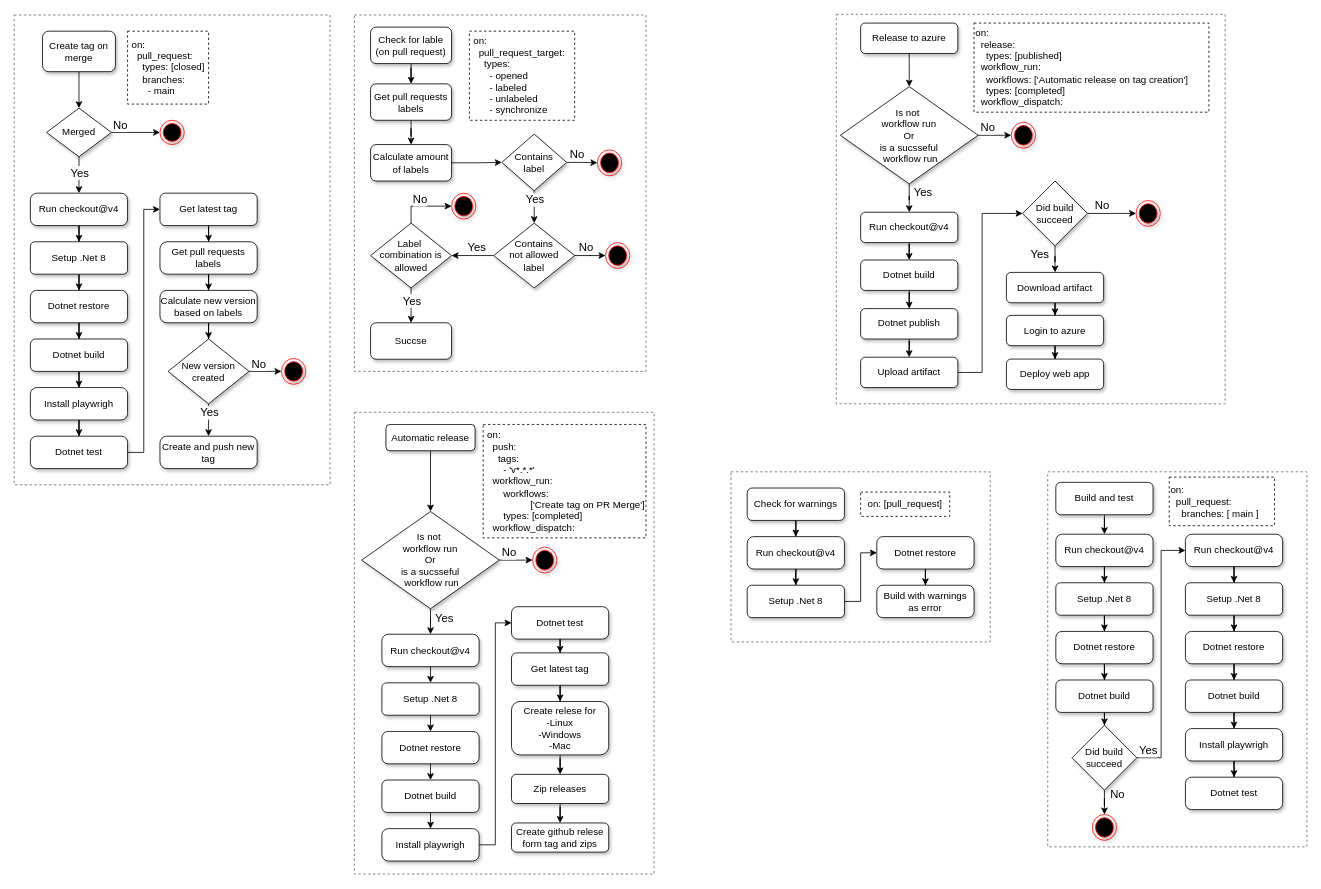
Before: docs/models/GithubWorkflows/Github workflows.drawio in ITU-BDSA2024-GROUP10/Chirp, a draw.io diagram. Source tidied: cells renumbered, new cells numbered last; positions are measured from the earlier drawing's top-left corner, leaving out a move shared by most shapes. Both pictures are drawn from the tidied source at 81%, with x=0, y=0 at pixel (14, 14).
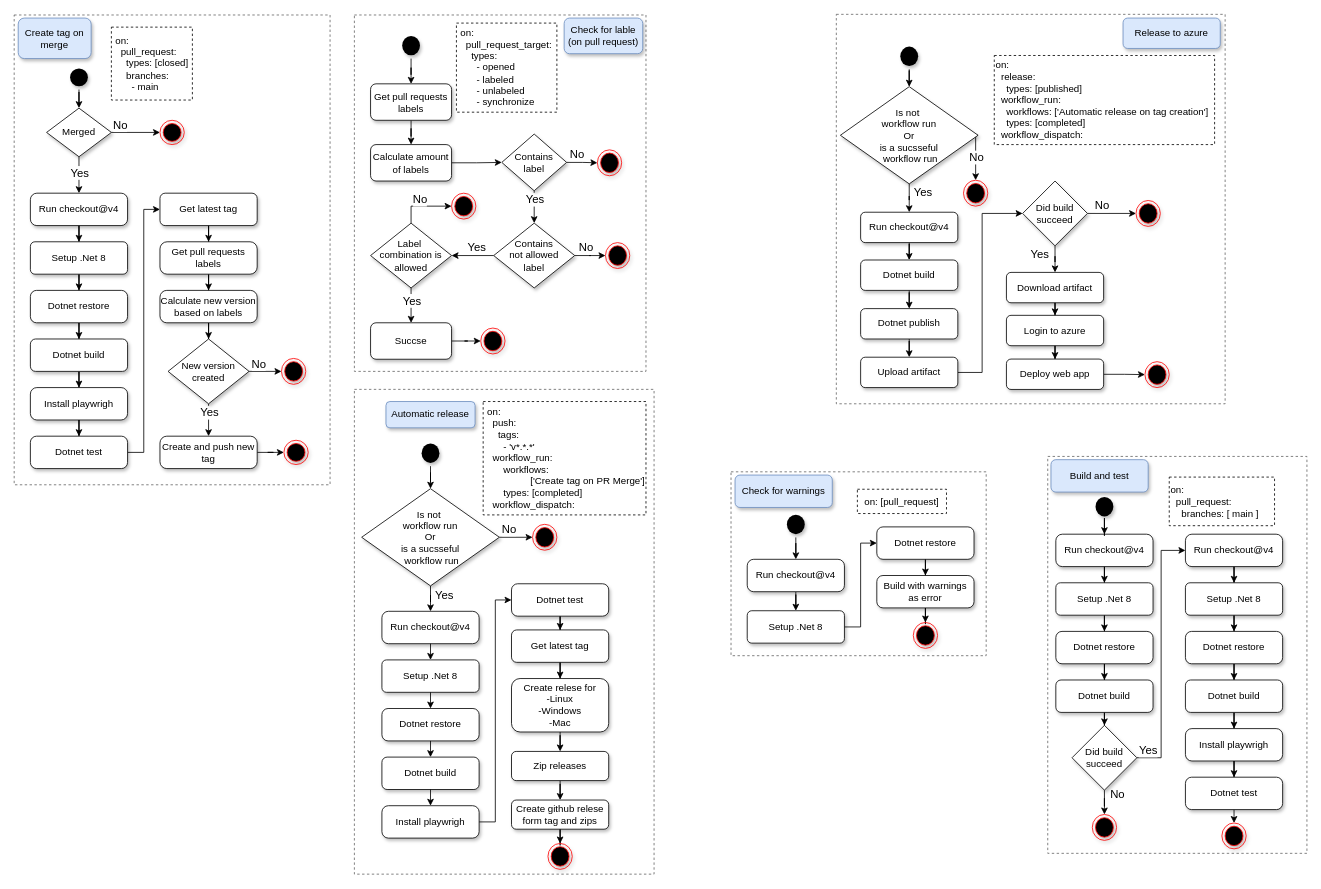
Above is the later version.

Commit message (it also covers changes not shown here):
Updated diagrams to have start and end states

The change refers to these unchanged cells:
```xml
<mxCell id="23" value="Merged" style="rhombus;whiteSpace=wrap;html=1;shadow=1;" parent="1" vertex="1">
  <mxGeometry x="40" y="116" width="80" height="60" as="geometry" />
</mxCell>
<mxCell id="50" value="Create and push new tag" style="rounded=1;whiteSpace=wrap;html=1;arcSize=21;glass=0;shadow=1;" parent="1" vertex="1">
  <mxGeometry x="180" y="521" width="120" height="40" as="geometry" />
</mxCell>
<mxCell id="53" value="Get pull requests labels" style="rounded=1;whiteSpace=wrap;html=1;shadow=1;" parent="1" vertex="1">
  <mxGeometry x="440" y="86" width="100" height="45" as="geometry" />
</mxCell>
<mxCell id="72" value="Succse" style="rounded=1;whiteSpace=wrap;html=1;shadow=1;" parent="1" vertex="1">
  <mxGeometry x="440" y="381" width="100" height="45" as="geometry" />
</mxCell>
<mxCell id="111" value="Run checkout@v4" style="rounded=1;whiteSpace=wrap;html=1;arcSize=20;shadow=1;" parent="1" vertex="1">
  <mxGeometry x="1286" y="642" width="120" height="40" as="geometry" />
</mxCell>
<mxCell id="135" value="Dotnet test" style="rounded=1;whiteSpace=wrap;html=1;arcSize=19;shadow=1;" parent="1" vertex="1">
  <mxGeometry x="1446" y="942" width="120" height="40" as="geometry" />
</mxCell>
<mxCell id="141" value="Is not&amp;nbsp;&lt;div&gt;workflow run&lt;div&gt;Or&lt;/div&gt;&lt;div&gt;is a sucsseful&lt;/div&gt;&lt;div&gt;&amp;nbsp;workflow run&lt;/div&gt;&lt;/div&gt;" style="rhombus;whiteSpace=wrap;html=1;shadow=1;" parent="1" vertex="1">
  <mxGeometry x="1020" y="89.5" width="170" height="120" as="geometry" />
</mxCell>
<mxCell id="161" value="Deploy web app" style="rounded=1;whiteSpace=wrap;html=1;shadow=1;" parent="1" vertex="1">
  <mxGeometry x="1225" y="425.8" width="120" height="37.5" as="geometry" />
</mxCell>
```

The edit, as a diff of the source:
```diff
@@
     <mxCell id="3" style="rounded=0;whiteSpace=wrap;html=1;fillColor=none;dashed=1;strokeWidth=1;fontColor=#333333;strokeColor=#666666;" parent="1" vertex="1">
-      <mxGeometry x="1276" y="565" width="320" height="463" as="geometry" />
+      <mxGeometry x="1276" y="546" width="320" height="490" as="geometry" />
     </mxCell>
     <mxCell id="4" style="rounded=0;whiteSpace=wrap;html=1;fillColor=none;dashed=1;strokeWidth=1;fontColor=#333333;strokeColor=#666666;" parent="1" vertex="1">
-      <mxGeometry x="885" y="565" width="320" height="210" as="geometry" />
+      <mxGeometry x="885" y="565" width="315" height="227" as="geometry" />
     </mxCell>
     <mxCell id="5" style="rounded=0;whiteSpace=wrap;html=1;fillColor=none;dashed=1;strokeWidth=1;fontColor=#333333;strokeColor=#666666;" parent="1" vertex="1">
-      <mxGeometry x="420" y="491.5" width="370" height="570" as="geometry" />
+      <mxGeometry x="420" y="463.2" width="370" height="598.5" as="geometry" />
     </mxCell>
@@
-    <mxCell id="8" style="edgeStyle=orthogonalEdgeStyle;rounded=0;jettySize=auto;html=1;" parent="1" edge="1" source="9" target="23">
-      <mxGeometry relative="1" as="geometry" />
-    </mxCell>
-    <mxCell id="9" value="Create tag on merge" style="rounded=1;whiteSpace=wrap;html=1;shadow=1;" parent="1" vertex="1">
-      <mxGeometry x="35" y="21" width="90" height="50" as="geometry" />
+    <mxCell id="9" value="Create tag on merge" style="rounded=1;whiteSpace=wrap;html=1;shadow=1;fillColor=#dae8fc;strokeColor=#6c8ebf;" parent="1" vertex="1">
+      <mxGeometry x="5" y="4.8" width="90" height="50" as="geometry" />
     </mxCell>
-    <mxCell id="10" style="edgeStyle=orthogonalEdgeStyle;rounded=0;jettySize=auto;html=1;" parent="1" edge="1" source="11" target="81">
-      <mxGeometry relative="1" as="geometry" />
-    </mxCell>
-    <mxCell id="11" value="Automatic release" style="rounded=1;whiteSpace=wrap;html=1;shadow=1;" parent="1" vertex="1">
-      <mxGeometry x="459" y="506.5" width="110" height="32.5" as="geometry" />
+    <mxCell id="11" value="Automatic release" style="rounded=1;whiteSpace=wrap;html=1;shadow=1;fillColor=#dae8fc;strokeColor=#6c8ebf;" parent="1" vertex="1">
+      <mxGeometry x="459" y="478.2" width="110" height="32.5" as="geometry" />
     </mxCell>
-    <mxCell id="12" style="edgeStyle=orthogonalEdgeStyle;rounded=0;jettySize=auto;html=1;" parent="1" edge="1" source="13" target="53">
-      <mxGeometry relative="1" as="geometry" />
-    </mxCell>
-    <mxCell id="13" value="Check for lable&lt;br&gt;(on pull request)" style="rounded=1;whiteSpace=wrap;html=1;shadow=1;" parent="1" vertex="1">
-      <mxGeometry x="440" y="16" width="100" height="45" as="geometry" />
+    <mxCell id="13" value="Check for lable&lt;br&gt;(on pull request)" style="rounded=1;whiteSpace=wrap;html=1;shadow=1;fillColor=#dae8fc;strokeColor=#6c8ebf;" parent="1" vertex="1">
+      <mxGeometry x="679" y="4.8" width="97" height="44" as="geometry" />
     </mxCell>
-    <mxCell id="14" style="edgeStyle=orthogonalEdgeStyle;rounded=0;jettySize=auto;html=1;entryX=0.5;entryY=0;entryDx=0;entryDy=0;" parent="1" edge="1" source="15" target="111">
-      <mxGeometry relative="1" as="geometry" />
-    </mxCell>
-    <mxCell id="15" value="B&lt;span style=&quot;background-color: initial;&quot;&gt;uild and test&lt;/span&gt;" style="rounded=1;whiteSpace=wrap;html=1;shadow=1;" parent="1" vertex="1">
-      <mxGeometry x="1286" y="578" width="120" height="40" as="geometry" />
+    <mxCell id="15" value="B&lt;span style=&quot;background-color: initial;&quot;&gt;uild and test&lt;/span&gt;" style="rounded=1;whiteSpace=wrap;html=1;shadow=1;fillColor=#dae8fc;strokeColor=#6c8ebf;" parent="1" vertex="1">
+      <mxGeometry x="1280" y="550" width="120" height="40" as="geometry" />
     </mxCell>
-    <mxCell id="16" style="edgeStyle=orthogonalEdgeStyle;rounded=0;jettySize=auto;html=1;entryX=0.5;entryY=0;entryDx=0;entryDy=0;" parent="1" edge="1" source="17" target="104">
-      <mxGeometry relative="1" as="geometry" />
-    </mxCell>
-    <mxCell id="17" value="Check for warnings" style="rounded=1;whiteSpace=wrap;html=1;shadow=1;" parent="1" vertex="1">
-      <mxGeometry x="905" y="585" width="120" height="40" as="geometry" />
+    <mxCell id="17" value="Check for warnings" style="rounded=1;whiteSpace=wrap;html=1;shadow=1;fillColor=#dae8fc;strokeColor=#6c8ebf;" parent="1" vertex="1">
+      <mxGeometry x="890" y="569" width="120" height="40" as="geometry" />
     </mxCell>
-    <mxCell id="18" style="edgeStyle=orthogonalEdgeStyle;rounded=0;jettySize=auto;html=1;" parent="1" edge="1" source="19" target="141">
-      <mxGeometry relative="1" as="geometry" />
-    </mxCell>
-    <mxCell id="19" value="Release to azure" style="rounded=1;whiteSpace=wrap;html=1;shadow=1;" parent="1" vertex="1">
-      <mxGeometry x="1045" y="11" width="120" height="37.5" as="geometry" />
+    <mxCell id="19" value="Release to azure" style="rounded=1;whiteSpace=wrap;html=1;shadow=1;fillColor=#dae8fc;strokeColor=#6c8ebf;" parent="1" vertex="1">
+      <mxGeometry x="1369" y="4.8" width="120" height="37.5" as="geometry" />
     </mxCell>
     <mxCell id="20" value="&lt;div&gt;&amp;nbsp;on:&lt;/div&gt;&lt;div&gt;&amp;nbsp; &amp;nbsp;pull_request:&lt;/div&gt;&lt;div&gt;&amp;nbsp; &amp;nbsp; &amp;nbsp;types: [closed]&lt;/div&gt;&lt;div&gt;&amp;nbsp; &amp;nbsp; &amp;nbsp;branches:&lt;/div&gt;&lt;div&gt;&amp;nbsp; &amp;nbsp; &amp;nbsp; &amp;nbsp;- main&lt;/div&gt;" style="text;html=1;align=left;verticalAlign=middle;whiteSpace=wrap;rounded=0;strokeColor=default;dashed=1;" parent="1" vertex="1">
-      <mxGeometry x="140" y="21" width="100" height="90" as="geometry" />
+      <mxGeometry x="120" y="16" width="100" height="90" as="geometry" />
     </mxCell>
@@
+    <mxCell id="162" style="edgeStyle=orthogonalEdgeStyle;rounded=0;jettySize=auto;html=1;" parent="1" edge="1" source="50" target="168">
+      <mxGeometry relative="1" as="geometry" />
+    </mxCell>
@@
     <mxCell id="51" value="&lt;div&gt;&amp;nbsp;on:&lt;/div&gt;&lt;div&gt;&amp;nbsp; &amp;nbsp;pull_request_target:&lt;/div&gt;&lt;div&gt;&amp;nbsp; &amp;nbsp; &amp;nbsp;types:&lt;/div&gt;&lt;div&gt;&amp;nbsp; &amp;nbsp; &amp;nbsp; &amp;nbsp;- opened&lt;/div&gt;&lt;div&gt;&amp;nbsp; &amp;nbsp; &amp;nbsp; &amp;nbsp;- labeled&lt;/div&gt;&lt;div&gt;&amp;nbsp; &amp;nbsp; &amp;nbsp; &amp;nbsp;- unlabeled&lt;/div&gt;&lt;div&gt;&amp;nbsp; &amp;nbsp; &amp;nbsp; &amp;nbsp;- synchronize&lt;/div&gt;" style="text;html=1;align=left;verticalAlign=middle;whiteSpace=wrap;rounded=0;strokeColor=default;dashed=1;" parent="1" vertex="1">
-      <mxGeometry x="562" y="21" width="130" height="110" as="geometry" />
+      <mxGeometry x="546" y="11" width="124" height="110" as="geometry" />
     </mxCell>
@@
+    <mxCell id="163" style="edgeStyle=orthogonalEdgeStyle;rounded=0;jettySize=auto;html=1;" parent="1" edge="1" source="72" target="171">
+      <mxGeometry relative="1" as="geometry" />
+    </mxCell>
@@
     <mxCell id="76" value="&lt;div&gt;&amp;nbsp;on:&lt;/div&gt;&lt;div&gt;&amp;nbsp; &amp;nbsp;push:&lt;/div&gt;&lt;div&gt;&amp;nbsp; &amp;nbsp; &amp;nbsp;tags:&lt;/div&gt;&lt;div&gt;&amp;nbsp; &amp;nbsp; &amp;nbsp; &amp;nbsp;- 'v*.*.*'&lt;/div&gt;&lt;div&gt;&amp;nbsp; &amp;nbsp;workflow_run:&lt;/div&gt;&lt;div&gt;&amp;nbsp; &amp;nbsp; &amp;nbsp; &amp;nbsp;workflows:&lt;/div&gt;&lt;div&gt;&lt;span style=&quot;white-space: pre;&quot;&gt;&#9;&lt;/span&gt;&lt;span style=&quot;white-space: pre;&quot;&gt;&#9;&lt;/span&gt;&amp;nbsp;['Create tag on PR Merge']&lt;/div&gt;&lt;div&gt;&amp;nbsp; &amp;nbsp; &amp;nbsp; &amp;nbsp;types: [completed]&lt;/div&gt;&lt;div&gt;&amp;nbsp; &amp;nbsp;workflow_dispatch:&lt;/div&gt;" style="text;html=1;align=left;verticalAlign=middle;whiteSpace=wrap;rounded=0;strokeColor=default;dashed=1;" parent="1" vertex="1">
-      <mxGeometry x="579" y="506.5" width="201" height="140" as="geometry" />
+      <mxGeometry x="579" y="478.2" width="201" height="140" as="geometry" />
     </mxCell>
@@
     <mxCell id="81" value="Is not&amp;nbsp;&lt;div&gt;workflow run&lt;div&gt;Or&lt;/div&gt;&lt;div&gt;is a sucsseful&lt;/div&gt;&lt;div&gt;&amp;nbsp;workflow run&lt;/div&gt;&lt;/div&gt;" style="rhombus;whiteSpace=wrap;html=1;shadow=1;" parent="1" vertex="1">
-      <mxGeometry x="429" y="614" width="170" height="120" as="geometry" />
+      <mxGeometry x="429" y="585.8" width="170" height="120" as="geometry" />
     </mxCell>
     <mxCell id="82" style="ellipse;html=1;shape=endState;fillColor=#000000;strokeColor=#ff0000;shadow=1;" parent="1" vertex="1">
-      <mxGeometry x="640" y="658" width="30" height="32" as="geometry" />
+      <mxGeometry x="640" y="629.8" width="30" height="32" as="geometry" />
     </mxCell>
     <mxCell id="83" value="Run checkout@v4" style="rounded=1;whiteSpace=wrap;html=1;arcSize=20;shadow=1;" parent="1" vertex="1">
-      <mxGeometry x="454" y="765.5" width="120" height="40" as="geometry" />
+      <mxGeometry x="454" y="737.2" width="120" height="40" as="geometry" />
     </mxCell>
     <mxCell id="84" value="Setup .Net 8" style="rounded=1;whiteSpace=wrap;html=1;arcSize=14;shadow=1;" parent="1" vertex="1">
-      <mxGeometry x="454" y="825.5" width="120" height="40" as="geometry" />
+      <mxGeometry x="454" y="797.2" width="120" height="40" as="geometry" />
     </mxCell>
     <mxCell id="85" value="Dotnet restore" style="rounded=1;whiteSpace=wrap;html=1;arcSize=19;shadow=1;" parent="1" vertex="1">
-      <mxGeometry x="454" y="885.5" width="120" height="40" as="geometry" />
+      <mxGeometry x="454" y="857.2" width="120" height="40" as="geometry" />
     </mxCell>
     <mxCell id="86" value="Dotnet build" style="rounded=1;whiteSpace=wrap;html=1;arcSize=16;shadow=1;" parent="1" vertex="1">
-      <mxGeometry x="454" y="945.5" width="120" height="40" as="geometry" />
+      <mxGeometry x="454" y="917.2" width="120" height="40" as="geometry" />
     </mxCell>
@@
     <mxCell id="88" value="Install playwrigh" style="rounded=1;whiteSpace=wrap;html=1;arcSize=20;shadow=1;" parent="1" vertex="1">
-      <mxGeometry x="454" y="1005.5" width="120" height="40" as="geometry" />
+      <mxGeometry x="454" y="977.2" width="120" height="40" as="geometry" />
     </mxCell>
@@
     <mxCell id="90" value="Dotnet test" style="rounded=1;whiteSpace=wrap;html=1;arcSize=19;shadow=1;" parent="1" vertex="1">
-      <mxGeometry x="614" y="731.5" width="120" height="40" as="geometry" />
+      <mxGeometry x="614" y="703.2" width="120" height="40" as="geometry" />
     </mxCell>
@@
     <mxCell id="92" value="Get latest tag" style="rounded=1;whiteSpace=wrap;html=1;arcSize=16;shadow=1;" parent="1" vertex="1">
-      <mxGeometry x="614" y="788.5" width="120" height="40" as="geometry" />
+      <mxGeometry x="614" y="760.2" width="120" height="40" as="geometry" />
     </mxCell>
@@
     <mxCell id="98" value="Create relese for&lt;div&gt;-Linux&lt;/div&gt;&lt;div&gt;-Windows&lt;/div&gt;&lt;div&gt;-Mac&lt;/div&gt;" style="rounded=1;whiteSpace=wrap;html=1;arcSize=16;shadow=1;" parent="1" vertex="1">
-      <mxGeometry x="614" y="848.5" width="120" height="66" as="geometry" />
+      <mxGeometry x="614" y="820.2" width="120" height="66" as="geometry" />
     </mxCell>
@@
     <mxCell id="100" value="Zip releases" style="rounded=1;whiteSpace=wrap;html=1;arcSize=16;shadow=1;" parent="1" vertex="1">
-      <mxGeometry x="614" y="938.5" width="120" height="36" as="geometry" />
+      <mxGeometry x="614" y="910.2" width="120" height="36" as="geometry" />
     </mxCell>
+    <mxCell id="164" style="edgeStyle=orthogonalEdgeStyle;rounded=0;jettySize=auto;html=1;" parent="1" edge="1" source="101" target="183">
+      <mxGeometry relative="1" as="geometry" />
+    </mxCell>
     <mxCell id="101" value="Create github relese form tag and zips" style="rounded=1;whiteSpace=wrap;html=1;arcSize=16;shadow=1;" parent="1" vertex="1">
-      <mxGeometry x="614" y="998.5" width="120" height="36" as="geometry" />
+      <mxGeometry x="614" y="970.2" width="120" height="36" as="geometry" />
     </mxCell>
     <mxCell id="102" value="on: [pull_request]" style="text;html=1;align=center;verticalAlign=middle;whiteSpace=wrap;rounded=0;shadow=0;dashed=1;strokeColor=default;" parent="1" vertex="1">
-      <mxGeometry x="1045" y="590" width="110" height="30" as="geometry" />
+      <mxGeometry x="1041" y="586.5" width="110" height="30" as="geometry" />
     </mxCell>
@@
     <mxCell id="104" value="Run checkout@v4" style="rounded=1;whiteSpace=wrap;html=1;arcSize=20;shadow=1;" parent="1" vertex="1">
-      <mxGeometry x="905" y="645" width="120" height="40" as="geometry" />
+      <mxGeometry x="905" y="673" width="120" height="40" as="geometry" />
     </mxCell>
@@
     <mxCell id="106" value="Setup .Net 8" style="rounded=1;whiteSpace=wrap;html=1;arcSize=14;shadow=1;" parent="1" vertex="1">
-      <mxGeometry x="905" y="705" width="120" height="40" as="geometry" />
+      <mxGeometry x="905" y="736.5" width="120" height="40" as="geometry" />
     </mxCell>
@@
     <mxCell id="108" value="Dotnet restore" style="rounded=1;whiteSpace=wrap;html=1;arcSize=19;shadow=1;" parent="1" vertex="1">
-      <mxGeometry x="1065" y="645" width="120" height="40" as="geometry" />
+      <mxGeometry x="1065" y="633" width="120" height="40" as="geometry" />
     </mxCell>
+    <mxCell id="165" style="edgeStyle=orthogonalEdgeStyle;rounded=0;jettySize=auto;html=1;" parent="1" edge="1" source="109" target="177">
+      <mxGeometry relative="1" as="geometry" />
+    </mxCell>
     <mxCell id="109" value="Build with warnings as error" style="rounded=1;whiteSpace=wrap;html=1;arcSize=19;shadow=1;" parent="1" vertex="1">
-      <mxGeometry x="1065" y="705" width="120" height="40" as="geometry" />
+      <mxGeometry x="1065" y="693" width="120" height="40" as="geometry" />
     </mxCell>
@@
+    <mxCell id="166" style="edgeStyle=orthogonalEdgeStyle;rounded=0;jettySize=auto;html=1;" parent="1" edge="1" source="135" target="180">
+      <mxGeometry relative="1" as="geometry">
+        <Array as="points">
+          <mxPoint x="1506" y="991" />
+          <mxPoint x="1506" y="991" />
+        </Array>
+      </mxGeometry>
+    </mxCell>
@@
-    <mxCell id="136" value="&lt;div&gt;on:&lt;/div&gt;&lt;div&gt;&amp;nbsp; release:&lt;/div&gt;&lt;div&gt;&amp;nbsp; &amp;nbsp; types: [published]&lt;/div&gt;&lt;div&gt;&amp;nbsp; workflow_run:&lt;/div&gt;&lt;div&gt;&amp;nbsp; &amp;nbsp; workflows: ['Automatic release on tag creation']&lt;/div&gt;&lt;div&gt;&amp;nbsp; &amp;nbsp; types: [completed]&lt;/div&gt;&lt;div&gt;&amp;nbsp; workflow_dispatch:&lt;/div&gt;" style="text;html=1;align=left;verticalAlign=middle;strokeColor=default;fillColor=none;dashed=1;" parent="1" vertex="1">
-      <mxGeometry x="1185" y="11" width="290" height="110" as="geometry" />
-    </mxCell>
-    <mxCell id="137" style="edgeStyle=orthogonalEdgeStyle;rounded=0;jettySize=auto;html=1;" parent="1" edge="1" source="141" target="142">
-      <mxGeometry relative="1" as="geometry" />
+    <mxCell id="137" style="edgeStyle=orthogonalEdgeStyle;rounded=0;jettySize=auto;html=1;exitX=1;exitY=0.5;exitDx=0;exitDy=0;" parent="1" edge="1" source="141" target="142">
+      <mxGeometry relative="1" as="geometry">
+        <Array as="points">
+          <mxPoint x="1187" y="149" />
+        </Array>
+      </mxGeometry>
     </mxCell>
     <mxCell id="138" value="&lt;font style=&quot;font-size: 14px;&quot;&gt;No&lt;/font&gt;" style="edgeLabel;html=1;align=center;verticalAlign=middle;" parent="137" vertex="1">
       <mxGeometry x="-0.47" y="2" relative="1" as="geometry">
-        <mxPoint y="-8" as="offset" />
+        <mxPoint x="-2" y="14" as="offset" />
       </mxGeometry>
     </mxCell>
@@
     <mxCell id="142" style="ellipse;html=1;shape=endState;fillColor=#000000;strokeColor=#ff0000;shadow=1;" parent="1" vertex="1">
-      <mxGeometry x="1231" y="133.5" width="30" height="32" as="geometry" />
+      <mxGeometry x="1172" y="205" width="30" height="32" as="geometry" />
     </mxCell>
@@
+    <mxCell id="167" style="edgeStyle=orthogonalEdgeStyle;rounded=0;jettySize=auto;html=1;" parent="1" edge="1" source="161" target="174">
+      <mxGeometry relative="1" as="geometry" />
+    </mxCell>
@@
+    <mxCell id="168" style="ellipse;html=1;shape=endState;fillColor=#000000;strokeColor=#ff0000;shadow=1;" parent="1" vertex="1">
+      <mxGeometry x="333" y="526" width="30" height="30" as="geometry" />
+    </mxCell>
+    <mxCell id="169" style="edgeStyle=orthogonalEdgeStyle;rounded=0;jettySize=auto;html=1;" parent="1" edge="1" source="170" target="23">
+      <mxGeometry relative="1" as="geometry" />
+    </mxCell>
+    <mxCell id="170" style="ellipse;html=1;shape=endState;fillColor=#000000;strokeColor=none;shadow=1;" parent="1" vertex="1">
+      <mxGeometry x="65" y="63" width="30" height="30" as="geometry" />
+    </mxCell>
+    <mxCell id="171" style="ellipse;html=1;shape=endState;fillColor=#000000;strokeColor=#ff0000;shadow=1;" parent="1" vertex="1">
+      <mxGeometry x="576" y="387.5" width="30" height="32" as="geometry" />
+    </mxCell>
+    <mxCell id="172" style="edgeStyle=orthogonalEdgeStyle;rounded=0;jettySize=auto;html=1;entryX=0.5;entryY=0;entryDx=0;entryDy=0;" parent="1" edge="1" source="173" target="53">
+      <mxGeometry relative="1" as="geometry" />
+    </mxCell>
+    <mxCell id="173" style="ellipse;html=1;shape=endState;fillColor=#000000;strokeColor=none;shadow=1;" parent="1" vertex="1">
+      <mxGeometry x="475" y="22.8" width="30" height="32" as="geometry" />
+    </mxCell>
+    <mxCell id="174" style="ellipse;html=1;shape=endState;fillColor=#000000;strokeColor=#ff0000;shadow=1;" parent="1" vertex="1">
+      <mxGeometry x="1396" y="429" width="30" height="32" as="geometry" />
+    </mxCell>
+    <mxCell id="175" style="edgeStyle=orthogonalEdgeStyle;rounded=0;jettySize=auto;html=1;" parent="1" edge="1" source="176" target="141">
+      <mxGeometry relative="1" as="geometry" />
+    </mxCell>
+    <mxCell id="176" style="ellipse;html=1;shape=endState;fillColor=#000000;strokeColor=none;shadow=1;" parent="1" vertex="1">
+      <mxGeometry x="1090" y="36" width="30" height="32" as="geometry" />
+    </mxCell>
+    <mxCell id="136" value="&lt;div style=&quot;text-wrap: nowrap;&quot;&gt;on:&lt;/div&gt;&lt;div style=&quot;text-wrap: nowrap;&quot;&gt;&amp;nbsp; release:&lt;/div&gt;&lt;div style=&quot;text-wrap: nowrap;&quot;&gt;&amp;nbsp; &amp;nbsp; types: [published]&lt;/div&gt;&lt;div style=&quot;text-wrap: nowrap;&quot;&gt;&amp;nbsp; workflow_run:&lt;/div&gt;&lt;div style=&quot;text-wrap: nowrap;&quot;&gt;&amp;nbsp; &amp;nbsp; workflows: ['Automatic release on tag creation']&lt;/div&gt;&lt;div style=&quot;text-wrap: nowrap;&quot;&gt;&amp;nbsp; &amp;nbsp; types: [completed]&lt;/div&gt;&lt;div style=&quot;text-wrap: nowrap;&quot;&gt;&amp;nbsp; workflow_dispatch:&lt;/div&gt;" style="text;html=1;align=left;verticalAlign=middle;whiteSpace=wrap;rounded=0;dashed=1;strokeColor=default;" parent="1" vertex="1">
+      <mxGeometry x="1210" y="51" width="272" height="110" as="geometry" />
+    </mxCell>
+    <mxCell id="177" style="ellipse;html=1;shape=endState;fillColor=#000000;strokeColor=#ff0000;shadow=1;" parent="1" vertex="1">
+      <mxGeometry x="1110" y="751" width="30" height="32" as="geometry" />
+    </mxCell>
+    <mxCell id="178" style="edgeStyle=orthogonalEdgeStyle;rounded=0;jettySize=auto;html=1;" parent="1" edge="1" source="179" target="104">
+      <mxGeometry relative="1" as="geometry" />
+    </mxCell>
+    <mxCell id="179" style="ellipse;html=1;shape=endState;fillColor=#000000;strokeColor=none;shadow=1;" parent="1" vertex="1">
+      <mxGeometry x="950" y="614" width="30" height="32" as="geometry" />
+    </mxCell>
+    <mxCell id="180" style="ellipse;html=1;shape=endState;fillColor=#000000;strokeColor=#ff0000;shadow=1;" parent="1" vertex="1">
+      <mxGeometry x="1491" y="998.5" width="30" height="32" as="geometry" />
+    </mxCell>
+    <mxCell id="181" style="edgeStyle=orthogonalEdgeStyle;rounded=0;jettySize=auto;html=1;" parent="1" edge="1" source="182" target="111">
+      <mxGeometry relative="1" as="geometry" />
+    </mxCell>
+    <mxCell id="182" style="ellipse;html=1;shape=endState;fillColor=#000000;strokeColor=none;shadow=1;" parent="1" vertex="1">
+      <mxGeometry x="1331" y="592" width="30" height="32" as="geometry" />
+    </mxCell>
+    <mxCell id="183" style="ellipse;html=1;shape=endState;fillColor=#000000;strokeColor=#ff0000;shadow=1;" parent="1" vertex="1">
+      <mxGeometry x="659" y="1023.8" width="30" height="32" as="geometry" />
+    </mxCell>
+    <mxCell id="184" style="edgeStyle=orthogonalEdgeStyle;rounded=0;jettySize=auto;html=1;" parent="1" edge="1" source="185" target="81">
+      <mxGeometry relative="1" as="geometry" />
+    </mxCell>
+    <mxCell id="185" style="ellipse;html=1;shape=endState;fillColor=#000000;strokeColor=none;shadow=1;" parent="1" vertex="1">
+      <mxGeometry x="499" y="526" width="30" height="32" as="geometry" />
+    </mxCell>
```
